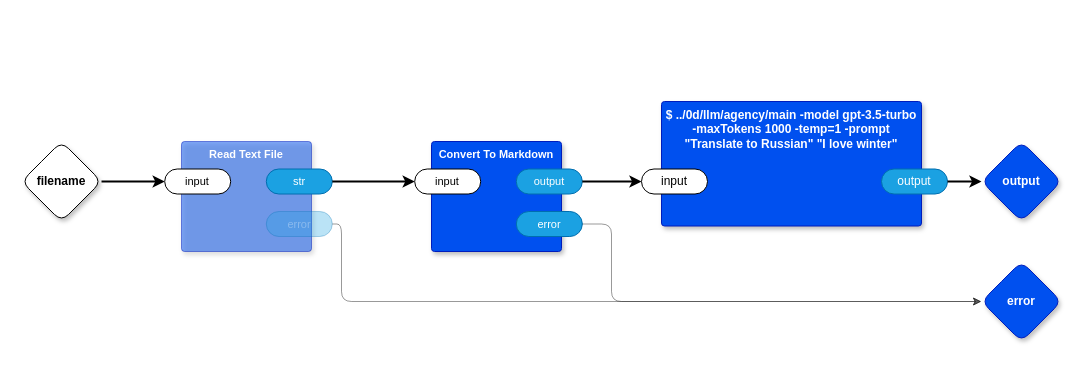
Above: page "main" (1 of 9) of src/top.drawio in guitarvydas/kinopio2md (draw.io), before the change. Source tidied: cells renumbered, new cells numbered last; positions are measured from the earlier drawing's top-left corner, leaving out a move shared by most shapes. Both pictures are drawn from the tidied source at 100%, with x=0, y=0 at pixel (21, 101).
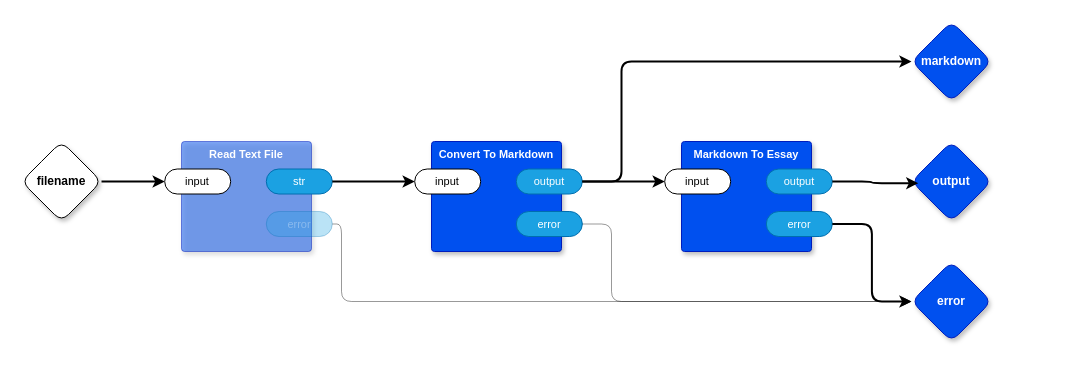
After the change.

Commit message (it also covers changes not shown here):
break work on agency stdin

Unchanged cells that the change refers to:
```xml
<mxCell id="13" value="output" style="rounded=1;whiteSpace=wrap;html=1;sketch=0;points=[[0,0.5,0,0,0],[1,0.5,0,0,0]];fillColor=#1ba1e2;fontColor=#ffffff;strokeColor=#006EAF;arcSize=50;fontFamily=Helvetica;fontSize=11;strokeWidth=1;" parent="11" vertex="1">
  <mxGeometry x="84.8" y="27.5" width="66" height="25" as="geometry" />
</mxCell>
```

Change to the diagram source:
```diff
@@
     <mxCell id="4" value="output" style="rhombus;whiteSpace=wrap;html=1;rounded=1;fillColor=#0050ef;fontColor=#ffffff;strokeColor=#001DBC;fontStyle=1;glass=0;sketch=0;fontSize=12;points=[[0,0.5,0,0,0],[0.5,0,0,0,0],[0.5,1,0,0,0],[1,0.5,0,0,0]];shadow=1;strokeWidth=1;" parent="1" vertex="1">
-      <mxGeometry x="960" y="40" width="80" height="80" as="geometry" />
+      <mxGeometry x="890" y="40" width="80" height="80" as="geometry" />
     </mxCell>
     <mxCell id="5" value="error" style="rhombus;whiteSpace=wrap;html=1;rounded=1;fillColor=#0050ef;fontColor=#ffffff;strokeColor=#001DBC;fontStyle=1;glass=0;sketch=0;fontSize=12;points=[[0,0.5,0,0,0],[0.5,0,0,0,0],[0.5,1,0,0,0],[1,0.5,0,0,0]];shadow=1;strokeWidth=1;" parent="1" vertex="1">
-      <mxGeometry x="960" y="160" width="80" height="80" as="geometry" />
+      <mxGeometry x="890" y="160" width="80" height="80" as="geometry" />
     </mxCell>
@@
-    <mxCell id="17" value="$ ../0d/llm/agency/main -model gpt-3.5-turbo -maxTokens 1000 -temp=1 -prompt &quot;Translate to Russian&quot; &quot;I love winter&quot;" style="rounded=1;whiteSpace=wrap;html=1;sketch=0;verticalAlign=top;arcSize=6;fontStyle=1;absoluteArcSize=1;shadow=1;strokeColor=#001DBC;fillColor=#0050ef;fontColor=#ffffff;" parent="1" vertex="1">
-      <mxGeometry x="640" width="260" height="124.5" as="geometry" />
-    </mxCell>
+    <mxCell id="22" value="Markdown To Essay" style="rounded=1;whiteSpace=wrap;html=1;sketch=0;verticalAlign=top;arcSize=6;fontStyle=1;absoluteArcSize=1;shadow=1;strokeColor=#001DBC;fillColor=#0050ef;fontColor=#ffffff;fontFamily=Helvetica;fontSize=11;strokeWidth=1;" parent="1" vertex="1">
+      <mxGeometry x="660" y="40" width="130" height="110" as="geometry" />
+    </mxCell>
-    <mxCell id="18" value="input" style="rounded=1;whiteSpace=wrap;html=1;sketch=0;points=[[0,0.5,0,0,0],[1,0.5,0,0,0]];arcSize=50;" parent="17" vertex="1">
-      <mxGeometry x="-20" y="67.5" width="66" height="25" as="geometry" />
+    <mxCell id="18" value="input" style="rounded=1;whiteSpace=wrap;html=1;sketch=0;points=[[0,0.5,0,0,0],[1,0.5,0,0,0]];arcSize=50;fontFamily=Helvetica;fontSize=11;fontColor=default;strokeWidth=1;" parent="22" vertex="1">
+      <mxGeometry x="-16.8" y="27.5" width="66" height="25" as="geometry" />
     </mxCell>
-    <mxCell id="19" value="output" style="rounded=1;whiteSpace=wrap;html=1;sketch=0;points=[[0,0.5,0,0,0],[1,0.5,0,0,0]];fillColor=#1ba1e2;fontColor=#ffffff;strokeColor=#006EAF;arcSize=50;" parent="17" vertex="1">
-      <mxGeometry x="220" y="67.5" width="66" height="25" as="geometry" />
+    <mxCell id="19" value="output" style="rounded=1;whiteSpace=wrap;html=1;sketch=0;points=[[0,0.5,0,0,0],[1,0.5,0,0,0]];fillColor=#1ba1e2;fontColor=#ffffff;strokeColor=#006EAF;arcSize=50;fontFamily=Helvetica;fontSize=11;strokeWidth=1;" parent="22" vertex="1">
+      <mxGeometry x="84.8" y="27.5" width="66" height="25" as="geometry" />
     </mxCell>
+    <mxCell id="23" value="error" style="rounded=1;whiteSpace=wrap;html=1;sketch=0;points=[[0,0.5,0,0,0],[1,0.5,0,0,0]];fillColor=#1ba1e2;fontColor=#ffffff;strokeColor=#006EAF;arcSize=50;fontFamily=Helvetica;fontSize=11;strokeWidth=1;" parent="22" vertex="1">
+      <mxGeometry x="84.8" y="70" width="66" height="25" as="geometry" />
+    </mxCell>
-    <mxCell id="20" style="edgeStyle=orthogonalEdgeStyle;rounded=1;jettySize=auto;html=1;exitX=1;exitY=0.5;exitDx=0;exitDy=0;exitPerimeter=0;entryX=0;entryY=0.5;entryDx=0;entryDy=0;entryPerimeter=0;curved=0;strokeWidth=2;" parent="1" edge="1" source="13" target="18">
+    <mxCell id="20" style="edgeStyle=orthogonalEdgeStyle;shape=connector;curved=0;rounded=1;jettySize=auto;html=1;entryX=0;entryY=0.5;entryDx=0;entryDy=0;entryPerimeter=0;labelBackgroundColor=default;strokeColor=default;strokeWidth=2;align=center;verticalAlign=middle;fontFamily=Helvetica;fontSize=11;fontColor=default;endArrow=classic;" parent="1" edge="1" source="13" target="18">
       <mxGeometry relative="1" as="geometry" />
     </mxCell>
-    <mxCell id="21" style="edgeStyle=orthogonalEdgeStyle;shape=connector;curved=0;rounded=1;jettySize=auto;html=1;labelBackgroundColor=default;strokeColor=default;strokeWidth=2;align=center;verticalAlign=middle;fontFamily=Helvetica;fontSize=11;fontColor=default;endArrow=classic;" parent="1" edge="1" source="19" target="4">
+    <mxCell id="21" style="edgeStyle=orthogonalEdgeStyle;shape=connector;curved=0;rounded=1;jettySize=auto;html=1;exitX=1;exitY=0.5;exitDx=0;exitDy=0;exitPerimeter=0;entryX=0.085;entryY=0.521;entryDx=0;entryDy=0;entryPerimeter=0;labelBackgroundColor=default;strokeColor=default;strokeWidth=2;align=center;verticalAlign=middle;fontFamily=Helvetica;fontSize=11;fontColor=default;endArrow=classic;" parent="1" edge="1" source="19" target="4">
       <mxGeometry relative="1" as="geometry" />
     </mxCell>
+    <mxCell id="24" style="edgeStyle=orthogonalEdgeStyle;shape=connector;curved=0;rounded=1;jettySize=auto;html=1;exitX=1;exitY=0.5;exitDx=0;exitDy=0;exitPerimeter=0;entryX=0;entryY=0.5;entryDx=0;entryDy=0;entryPerimeter=0;labelBackgroundColor=default;strokeColor=default;strokeWidth=2;align=center;verticalAlign=middle;fontFamily=Helvetica;fontSize=11;fontColor=default;endArrow=classic;" parent="1" edge="1" source="23" target="5">
+      <mxGeometry relative="1" as="geometry" />
+    </mxCell>
+    <mxCell id="25" value="markdown" style="rhombus;whiteSpace=wrap;html=1;rounded=1;fillColor=#0050ef;fontColor=#ffffff;strokeColor=#001DBC;fontStyle=1;glass=0;sketch=0;fontSize=12;points=[[0,0.5,0,0,0],[0.5,0,0,0,0],[0.5,1,0,0,0],[1,0.5,0,0,0]];shadow=1;strokeWidth=1;" parent="1" vertex="1">
+      <mxGeometry x="890" y="-80" width="80" height="80" as="geometry" />
+    </mxCell>
+    <mxCell id="26" style="edgeStyle=orthogonalEdgeStyle;shape=connector;curved=0;rounded=1;jettySize=auto;html=1;exitX=1;exitY=0.5;exitDx=0;exitDy=0;exitPerimeter=0;labelBackgroundColor=default;strokeColor=default;strokeWidth=2;align=center;verticalAlign=middle;fontFamily=Helvetica;fontSize=11;fontColor=default;endArrow=classic;" parent="1" edge="1" source="13" target="25">
+      <mxGeometry relative="1" as="geometry">
+        <Array as="points">
+          <mxPoint x="600" y="80" />
+          <mxPoint x="600" y="-40" />
+        </Array>
+      </mxGeometry>
+    </mxCell>
```
